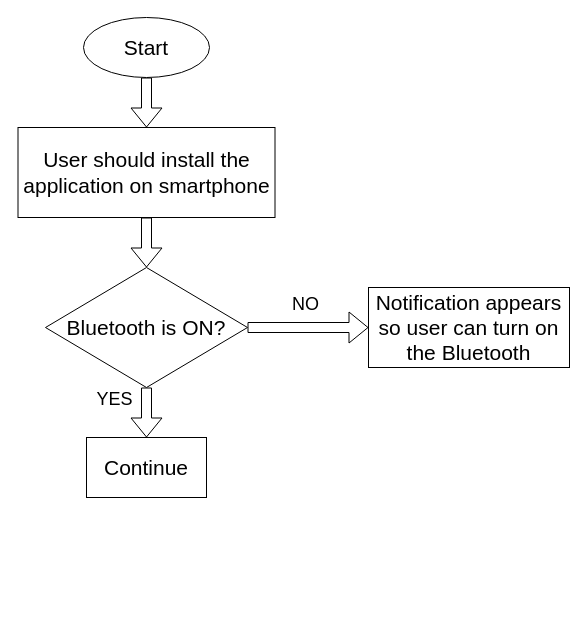
The draw.io diagram Untitled Diagram.drawio in Nikhila3501/ML-Bootcamp-Project, before the edit. Source tidied: cells renumbered, new cells numbered last; positions are measured from the earlier drawing's top-left corner, leaving out a move shared by most shapes. Both pictures are drawn from the tidied source at 100%, with x=0, y=0 at pixel (17, 17).
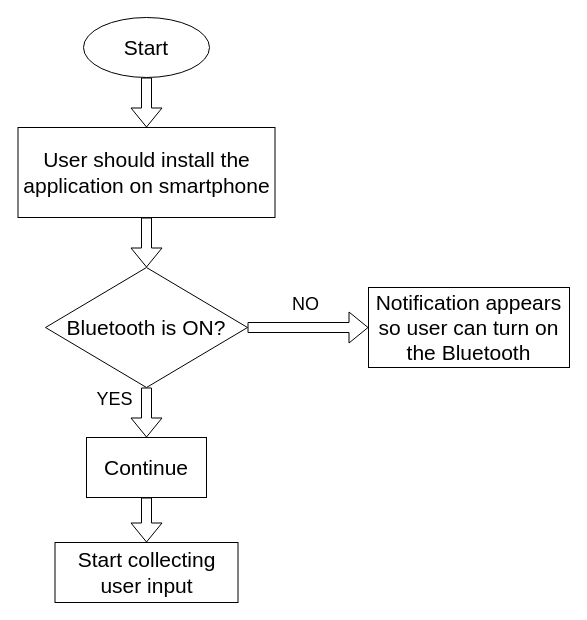
The same page after the edit.

The edit, as a diff of the source:
```diff
@@
 <mxGraphModel>
   <root>
     <mxCell id="0" />
     <mxCell id="1" parent="0" />
     <mxCell id="2" style="edgeStyle=orthogonalEdgeStyle;shape=flexArrow;rounded=0;jettySize=auto;html=1;fontSize=21;" parent="1" edge="1" source="3" target="5">
       <mxGeometry relative="1" as="geometry" />
     </mxCell>
     <mxCell id="3" value="Start" style="ellipse;whiteSpace=wrap;html=1;fontSize=21;" parent="1" vertex="1">
       <mxGeometry x="66" width="126" height="60" as="geometry" />
     </mxCell>
     <mxCell id="4" style="edgeStyle=orthogonalEdgeStyle;shape=flexArrow;rounded=0;jettySize=auto;html=1;fontSize=21;" parent="1" edge="1" source="5" target="8">
       <mxGeometry relative="1" as="geometry" />
     </mxCell>
     <mxCell id="5" value="User should install the application on smartphone" style="whiteSpace=wrap;html=1;fontSize=21;" parent="1" vertex="1">
       <mxGeometry x="0.5" y="110" width="257" height="90" as="geometry" />
     </mxCell>
     <mxCell id="6" style="edgeStyle=orthogonalEdgeStyle;shape=flexArrow;rounded=0;jettySize=auto;html=1;fontSize=21;" parent="1" edge="1" source="8" target="9">
       <mxGeometry relative="1" as="geometry" />
     </mxCell>
     <mxCell id="7" style="edgeStyle=orthogonalEdgeStyle;shape=flexArrow;rounded=0;jettySize=auto;html=1;fontSize=21;" parent="1" edge="1" source="8" target="10">
       <mxGeometry relative="1" as="geometry" />
     </mxCell>
     <mxCell id="8" value="Bluetooth is ON?" style="rhombus;whiteSpace=wrap;html=1;fontSize=21;" parent="1" vertex="1">
       <mxGeometry x="28" y="250" width="202" height="120" as="geometry" />
     </mxCell>
+    <mxCell id="13" style="edgeStyle=orthogonalEdgeStyle;shape=flexArrow;rounded=0;jettySize=auto;html=1;fontSize=18;" parent="1" edge="1" source="9" target="14">
+      <mxGeometry relative="1" as="geometry" />
+    </mxCell>
     <mxCell id="9" value="Continue" style="whiteSpace=wrap;html=1;fontSize=21;" parent="1" vertex="1">
       <mxGeometry x="69" y="420" width="120" height="60" as="geometry" />
     </mxCell>
     <mxCell id="10" value="Notification appears so user can turn on the Bluetooth" style="whiteSpace=wrap;html=1;fontSize=21;" parent="1" vertex="1">
       <mxGeometry x="351" y="270" width="201" height="80" as="geometry" />
     </mxCell>
     <mxCell id="11" value="&lt;span style=&quot;font-weight: normal&quot;&gt;&lt;font style=&quot;font-size: 18px&quot;&gt;NO&lt;/font&gt;&lt;/span&gt;" style="text;strokeColor=none;fillColor=none;html=1;fontSize=24;fontStyle=1;verticalAlign=middle;align=center;" parent="1" vertex="1">
       <mxGeometry x="257.5" y="270" width="60" height="30" as="geometry" />
     </mxCell>
     <mxCell id="12" value="&lt;span style=&quot;font-weight: normal&quot;&gt;&lt;font style=&quot;font-size: 18px&quot;&gt;YES&lt;/font&gt;&lt;/span&gt;" style="text;strokeColor=none;fillColor=none;html=1;fontSize=24;fontStyle=1;verticalAlign=middle;align=center;" parent="1" vertex="1">
       <mxGeometry x="22" y="360" width="150" height="40" as="geometry" />
     </mxCell>
+    <mxCell id="14" value="Start collecting user input" style="whiteSpace=wrap;html=1;fontSize=21;" parent="1" vertex="1">
+      <mxGeometry x="37.5" y="525" width="183" height="60" as="geometry" />
+    </mxCell>
   </root>
 </mxGraphModel>
```
